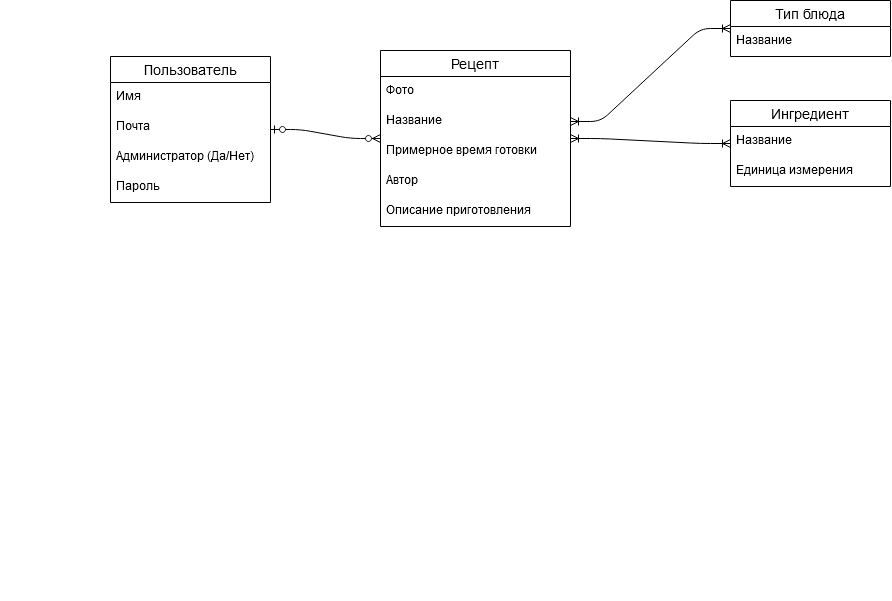
Above: Исследовательская часть/Концепт. схема.png in iBurakov33/Database (draw.io), before the change. Source tidied: cells renumbered, new cells last; positions are measured from the earlier drawing's top-left corner, leaving out a move shared by most shapes.
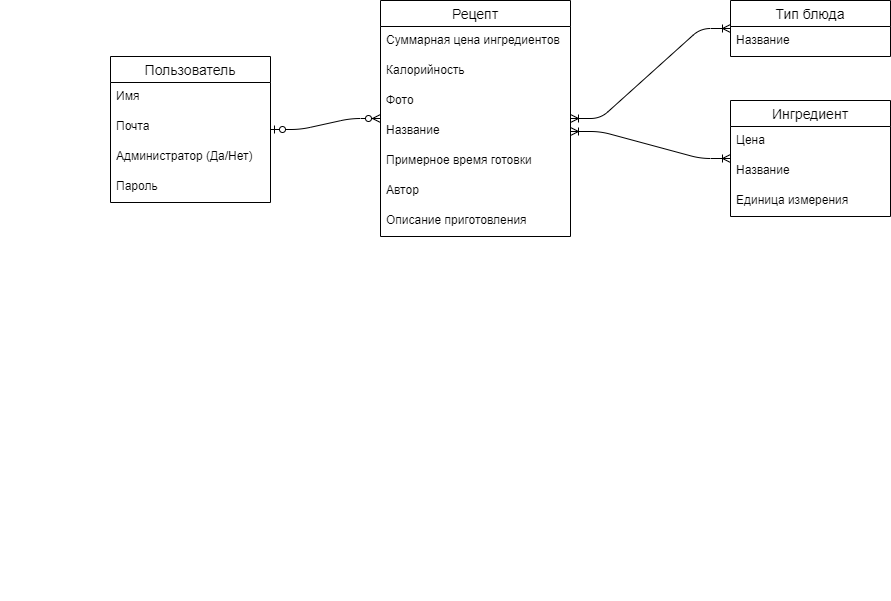
The same diagram one commit later.

Commit message:
Изменены схемы данных

Diff of the diagram source:
```diff
@@ -15,36 +15,45 @@
       <mxGeometry y="570" width="220" height="30" as="geometry" />
     </mxCell>
     <mxCell id="6" value="Рецепт" style="swimlane;fontStyle=0;horizontal=1;startSize=26;align=center;fontSize=14;" parent="1" vertex="1">
-      <mxGeometry x="380" y="50" width="190" height="176" as="geometry" />
+      <mxGeometry x="380" width="190" height="236" as="geometry" />
     </mxCell>
+    <mxCell id="24" value="Суммарная цена ингредиентов" style="text;strokeColor=none;fillColor=none;spacingLeft=4;spacingRight=4;overflow=hidden;fontSize=12;" parent="6" vertex="1">
+      <mxGeometry y="26" width="190" height="30" as="geometry" />
+    </mxCell>
+    <mxCell id="25" value="Калорийность" style="text;strokeColor=none;fillColor=none;spacingLeft=4;spacingRight=4;overflow=hidden;fontSize=12;" parent="6" vertex="1">
+      <mxGeometry y="56" width="190" height="30" as="geometry" />
+    </mxCell>
     <mxCell id="7" value="Фото" style="text;strokeColor=none;fillColor=none;spacingLeft=4;spacingRight=4;overflow=hidden;fontSize=12;" parent="6" vertex="1">
-      <mxGeometry y="26" width="190" height="30" as="geometry" />
+      <mxGeometry y="86" width="190" height="30" as="geometry" />
     </mxCell>
     <mxCell id="8" value="Название" style="text;strokeColor=none;fillColor=none;spacingLeft=4;spacingRight=4;overflow=hidden;points=[[0,0.5],[1,0.5]];portConstraint=eastwest;fontSize=12;" parent="6" vertex="1">
-      <mxGeometry y="56" width="190" height="30" as="geometry" />
+      <mxGeometry y="116" width="190" height="30" as="geometry" />
     </mxCell>
     <mxCell id="9" value="Примерное время готовки&#10;" style="text;strokeColor=none;fillColor=none;spacingLeft=4;spacingRight=4;overflow=hidden;fontSize=12;" parent="6" vertex="1">
-      <mxGeometry y="86" width="190" height="30" as="geometry" />
+      <mxGeometry y="146" width="190" height="30" as="geometry" />
     </mxCell>
     <mxCell id="10" value="Автор" style="text;strokeColor=none;fillColor=none;spacingLeft=4;spacingRight=4;overflow=hidden;fontSize=12;" parent="6" vertex="1">
-      <mxGeometry y="116" width="190" height="30" as="geometry" />
+      <mxGeometry y="176" width="190" height="30" as="geometry" />
     </mxCell>
     <mxCell id="11" value="Описание приготовления" style="text;strokeColor=none;fillColor=none;spacingLeft=4;spacingRight=4;overflow=hidden;fontSize=12;" parent="6" vertex="1">
-      <mxGeometry y="146" width="190" height="30" as="geometry" />
+      <mxGeometry y="206" width="190" height="30" as="geometry" />
     </mxCell>
     <mxCell id="12" value="Ингредиент" style="swimlane;fontStyle=0;horizontal=1;startSize=26;align=center;fontSize=14;" parent="1" vertex="1">
-      <mxGeometry x="730" y="100" width="160" height="86" as="geometry" />
+      <mxGeometry x="730" y="100" width="160" height="116" as="geometry" />
     </mxCell>
+    <mxCell id="26" value="Цена" style="text;strokeColor=none;fillColor=none;spacingLeft=4;spacingRight=4;overflow=hidden;fontSize=12;" parent="12" vertex="1">
+      <mxGeometry y="26" width="160" height="30" as="geometry" />
+    </mxCell>
     <mxCell id="13" value="Название" style="text;strokeColor=none;fillColor=none;spacingLeft=4;spacingRight=4;overflow=hidden;fontSize=12;" parent="12" vertex="1">
-      <mxGeometry y="26" width="160" height="30" as="geometry" />
+      <mxGeometry y="56" width="160" height="30" as="geometry" />
     </mxCell>
     <mxCell id="14" value="Единица измерения" style="text;strokeColor=none;fillColor=none;spacingLeft=4;spacingRight=4;overflow=hidden;fontSize=12;" parent="12" vertex="1">
-      <mxGeometry y="56" width="160" height="30" as="geometry" />
+      <mxGeometry y="86" width="160" height="30" as="geometry" />
     </mxCell>
-    <mxCell id="15" style="edgeStyle=entityRelationEdgeStyle;fontSize=12;html=1;endArrow=ERoneToMany;startArrow=ERoneToMany;exitX=1;exitY=0.5;exitDx=0;exitDy=0;" parent="1" edge="1" source="8" target="17">
+    <mxCell id="15" style="edgeStyle=entityRelationEdgeStyle;fontSize=12;html=1;endArrow=ERoneToMany;startArrow=ERoneToMany;" parent="1" edge="1" source="6" target="17">
       <mxGeometry relative="1" as="geometry" />
     </mxCell>
-    <mxCell id="16" style="edgeStyle=entityRelationEdgeStyle;fontSize=12;html=1;endArrow=ERoneToMany;startArrow=ERoneToMany;" parent="1" edge="1" source="6" target="12">
+    <mxCell id="16" style="edgeStyle=entityRelationEdgeStyle;fontSize=12;html=1;endArrow=ERoneToMany;startArrow=ERoneToMany;" parent="1" edge="1" source="8" target="12">
       <mxGeometry relative="1" as="geometry" />
     </mxCell>
     <mxCell id="17" value="Тип блюда" style="swimlane;fontStyle=0;horizontal=1;startSize=26;align=center;fontSize=14;" parent="1" vertex="1">
```
